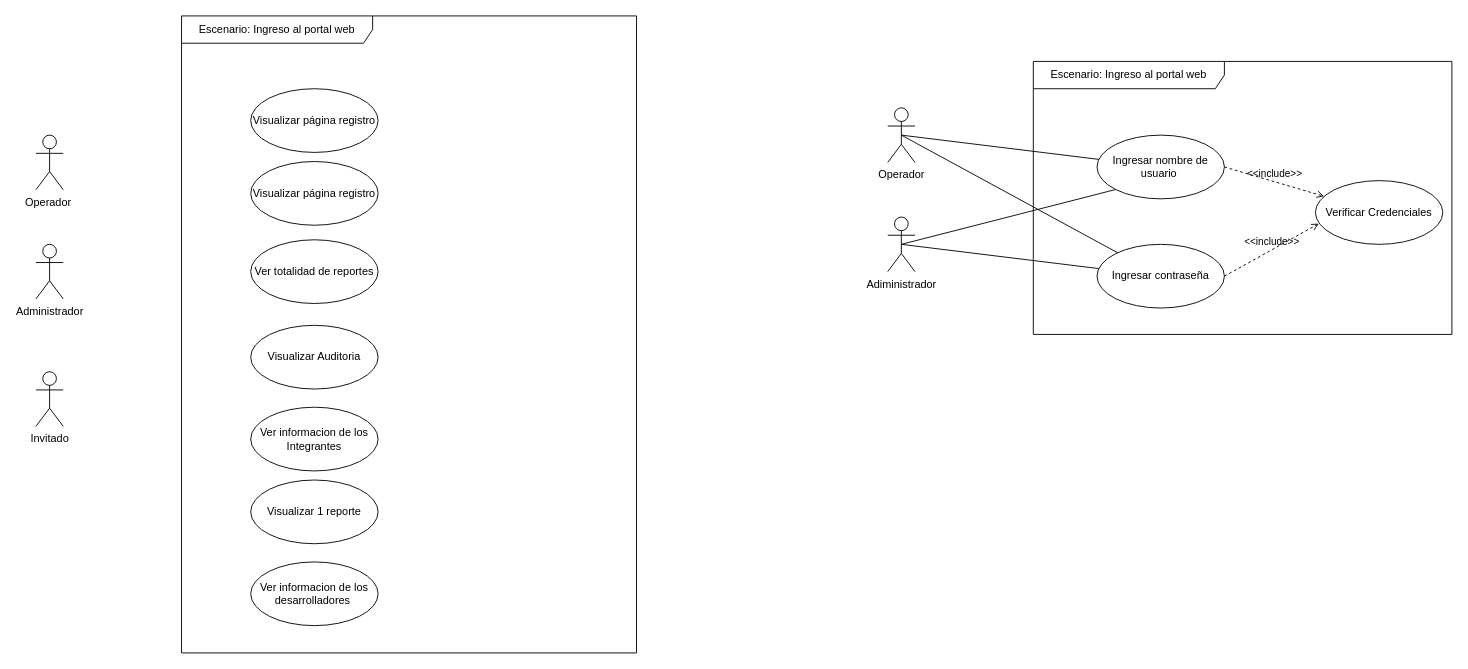
nicasop/PROYECTO_INTEGRADOR_P58 keeps this draw.io diagram as page "Ingreso al portal web" (1 of 8) of documentacion/Untitled Diagram.drawio. Above is the earlier version. Source tidied: cells renumbered, new cells numbered last; positions are measured from the earlier drawing's top-left corner, leaving out a move shared by most shapes. Both pictures are drawn from the tidied source at 91%, with x=0, y=0 at pixel (35, 15).
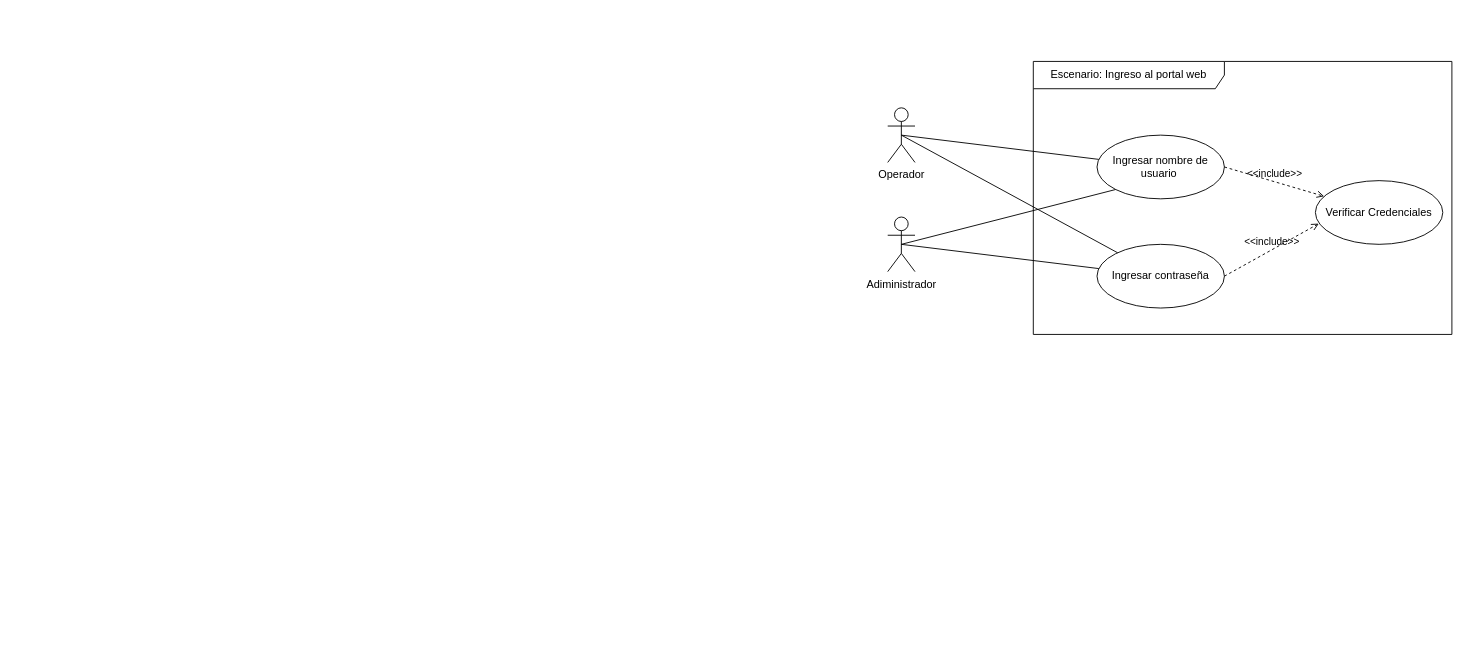
After the change.

The edit, as a diff of the source:
```diff
@@
-    <mxCell id="2" value="Escenario: Ingreso al portal web" style="shape=umlFrame;whiteSpace=wrap;html=1;width=210;height=30;" parent="1" vertex="1">
-      <mxGeometry x="160" width="500" height="700" as="geometry" />
-    </mxCell>
-    <mxCell id="3" value="Invitado" style="shape=umlActor;verticalLabelPosition=bottom;verticalAlign=top;html=1;" parent="1" vertex="1">
-      <mxGeometry y="391" width="30" height="60" as="geometry" />
-    </mxCell>
-    <mxCell id="4" value="Operador&amp;nbsp;" style="shape=umlActor;verticalLabelPosition=bottom;verticalAlign=top;html=1;" parent="1" vertex="1">
-      <mxGeometry y="131" width="30" height="60" as="geometry" />
-    </mxCell>
-    <mxCell id="5" value="Administrador" style="shape=umlActor;verticalLabelPosition=bottom;verticalAlign=top;html=1;" parent="1" vertex="1">
-      <mxGeometry y="251" width="30" height="60" as="geometry" />
-    </mxCell>
-    <mxCell id="6" value="Visualizar página registro" style="ellipse;whiteSpace=wrap;html=1;" parent="1" vertex="1">
-      <mxGeometry x="236" y="80" width="140" height="70" as="geometry" />
-    </mxCell>
-    <mxCell id="7" value="Ver totalidad de reportes" style="ellipse;whiteSpace=wrap;html=1;" parent="1" vertex="1">
-      <mxGeometry x="236" y="246" width="140" height="70" as="geometry" />
-    </mxCell>
-    <mxCell id="8" value="Visualizar Auditoria" style="ellipse;whiteSpace=wrap;html=1;" parent="1" vertex="1">
-      <mxGeometry x="236" y="340" width="140" height="70" as="geometry" />
-    </mxCell>
-    <mxCell id="9" value="Ver informacion de los Integrantes" style="ellipse;whiteSpace=wrap;html=1;" parent="1" vertex="1">
-      <mxGeometry x="236" y="430" width="140" height="70" as="geometry" />
-    </mxCell>
-    <mxCell id="10" value="Visualizar página registro" style="ellipse;whiteSpace=wrap;html=1;" parent="1" vertex="1">
-      <mxGeometry x="236" y="160" width="140" height="70" as="geometry" />
-    </mxCell>
-    <mxCell id="11" value="Visualizar 1 reporte" style="ellipse;whiteSpace=wrap;html=1;" parent="1" vertex="1">
-      <mxGeometry x="236" y="510" width="140" height="70" as="geometry" />
-    </mxCell>
-    <mxCell id="12" value="Ver informacion de los desarrolladores&amp;nbsp;" style="ellipse;whiteSpace=wrap;html=1;" parent="1" vertex="1">
-      <mxGeometry x="236" y="600" width="140" height="70" as="geometry" />
-    </mxCell>
```
